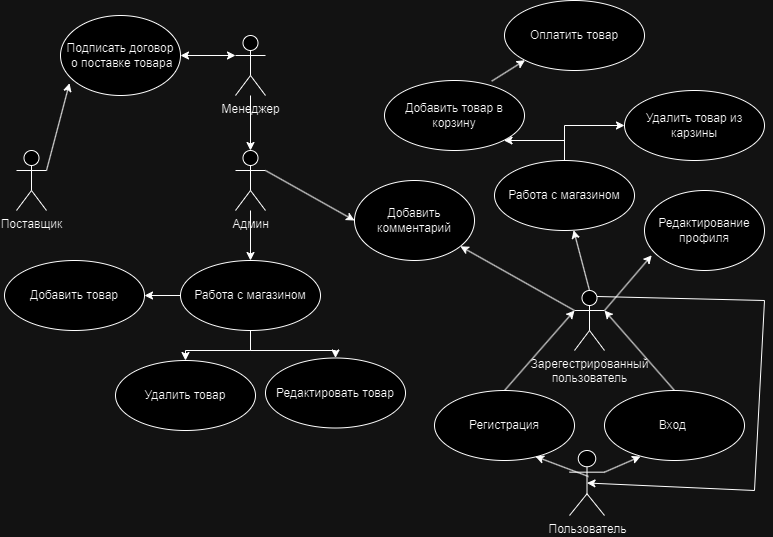
SsanchesS/MusicStoreDB keeps this draw.io diagram as diagrams/Человечки МУЗ магазина.drawio.png. Above is the earlier version. Source tidied: cells renumbered, new cells last; positions are measured from the earlier drawing's top-left corner, leaving out a move shared by most shapes.
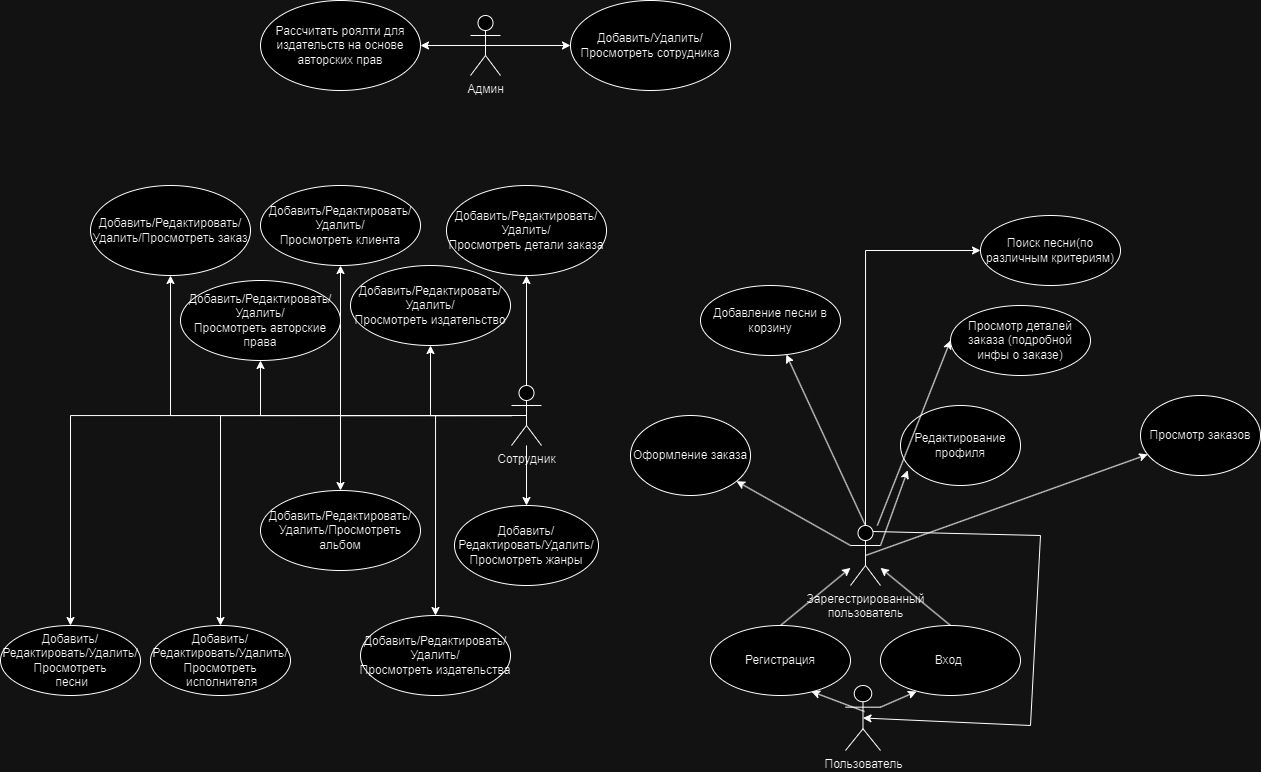
Later version of the same file.

Diff of the diagram source:
```diff
@@ -2,46 +2,35 @@
   <root>
     <mxCell id="0" />
     <mxCell id="1" parent="0" />
-    <mxCell id="2" value="Менеджер" style="shape=umlActor;verticalLabelPosition=bottom;verticalAlign=top;html=1;" parent="1" vertex="1">
-      <mxGeometry x="231" y="35" width="30" height="60" as="geometry" />
-    </mxCell>
-    <mxCell id="3" value="Добавить товар" style="ellipse;whiteSpace=wrap;html=1;" parent="1" vertex="1">
-      <mxGeometry y="260" width="140" height="70" as="geometry" />
+    <mxCell id="3" value="Добавить/Редактировать/Удалить/Просмотреть альбом" style="ellipse;whiteSpace=wrap;html=1;" parent="1" vertex="1">
+      <mxGeometry x="-40" y="675" width="160" height="80" as="geometry" />
     </mxCell>
-    <mxCell id="4" value="Удалить товар" style="ellipse;whiteSpace=wrap;html=1;" parent="1" vertex="1">
-      <mxGeometry x="111" y="360" width="140" height="70" as="geometry" />
+    <mxCell id="4" value="Добавить/Редактировать/Удалить/Просмотреть&amp;nbsp;издательства" style="ellipse;whiteSpace=wrap;html=1;" parent="1" vertex="1">
+      <mxGeometry x="60" y="800" width="150" height="80" as="geometry" />
     </mxCell>
-    <mxCell id="5" style="edgeStyle=orthogonalEdgeStyle;rounded=0;jettySize=auto;html=1;" parent="1" edge="1" source="8" target="3">
+    <mxCell id="5" style="edgeStyle=orthogonalEdgeStyle;rounded=0;jettySize=auto;html=1;" parent="1" edge="1" source="24" target="3">
       <mxGeometry relative="1" as="geometry" />
     </mxCell>
-    <mxCell id="6" style="edgeStyle=orthogonalEdgeStyle;rounded=0;jettySize=auto;html=1;entryX=0.5;entryY=0;entryDx=0;entryDy=0;" parent="1" edge="1" source="8" target="4">
+    <mxCell id="6" style="edgeStyle=orthogonalEdgeStyle;rounded=0;jettySize=auto;html=1;entryX=0.5;entryY=0;entryDx=0;entryDy=0;" parent="1" edge="1" source="24" target="4">
       <mxGeometry relative="1" as="geometry" />
     </mxCell>
-    <mxCell id="7" style="edgeStyle=orthogonalEdgeStyle;rounded=0;jettySize=auto;html=1;" parent="1" edge="1" source="8" target="9">
-      <mxGeometry relative="1" as="geometry" />
-    </mxCell>
-    <mxCell id="8" value="Работа с магазином" style="ellipse;whiteSpace=wrap;html=1;" parent="1" vertex="1">
-      <mxGeometry x="176" y="260" width="140" height="70" as="geometry" />
+    <mxCell id="8" value="Добавить/Редактировать/Удалить/Просмотреть&amp;nbsp;жанры" style="ellipse;whiteSpace=wrap;html=1;" parent="1" vertex="1">
+      <mxGeometry x="154" y="690" width="144" height="80" as="geometry" />
     </mxCell>
-    <mxCell id="9" value="Редактировать товар" style="ellipse;whiteSpace=wrap;html=1;" parent="1" vertex="1">
-      <mxGeometry x="261" y="357.5" width="140" height="70" as="geometry" />
-    </mxCell>
     <mxCell id="10" value="Пользователь" style="shape=umlActor;verticalLabelPosition=bottom;verticalAlign=top;html=1;" parent="1" vertex="1">
-      <mxGeometry x="565" y="450" width="35" height="65" as="geometry" />
+      <mxGeometry x="545" y="870" width="35" height="65" as="geometry" />
     </mxCell>
-    <mxCell id="11" style="endArrow=classic;html=1;rounded=0;exitX=0.5;exitY=0;exitDx=0;exitDy=0;" parent="1" edge="1" source="13">
-      <mxGeometry relative="1" as="geometry">
-        <mxPoint x="600" y="310" as="targetPoint" />
-      </mxGeometry>
+    <mxCell id="11" style="endArrow=classic;html=1;rounded=0;exitX=0.5;exitY=0;exitDx=0;exitDy=0;" parent="1" edge="1" source="13" target="14">
+      <mxGeometry relative="1" as="geometry" />
     </mxCell>
-    <mxCell id="12" value="Добавить комментарий" style="ellipse;whiteSpace=wrap;html=1;" parent="1" vertex="1">
-      <mxGeometry x="350" y="180" width="120" height="80" as="geometry" />
+    <mxCell id="12" value="Оформление заказа" style="ellipse;whiteSpace=wrap;html=1;" parent="1" vertex="1">
+      <mxGeometry x="330" y="600" width="120" height="80" as="geometry" />
     </mxCell>
     <mxCell id="13" value="Вход&amp;nbsp;" style="ellipse;whiteSpace=wrap;html=1;" parent="1" vertex="1">
-      <mxGeometry x="600" y="390" width="140" height="70" as="geometry" />
+      <mxGeometry x="580" y="810" width="140" height="70" as="geometry" />
     </mxCell>
     <mxCell id="14" value="Зарегестрированный &lt;br&gt;пользователь" style="shape=umlActor;verticalLabelPosition=bottom;verticalAlign=top;html=1;outlineConnect=0;" parent="1" vertex="1">
-      <mxGeometry x="570" y="290" width="30" height="60" as="geometry" />
+      <mxGeometry x="550" y="710" width="30" height="60" as="geometry" />
     </mxCell>
     <mxCell id="15" style="endArrow=classic;html=1;rounded=0;exitX=0;exitY=0.3333333333333333;exitDx=0;exitDy=0;exitPerimeter=0;" parent="1" edge="1" source="14" target="12">
       <mxGeometry relative="1" as="geometry" />
@@ -50,75 +39,114 @@
       <mxGeometry relative="1" as="geometry" />
     </mxCell>
     <mxCell id="17" value="Редактирование профиля" style="ellipse;whiteSpace=wrap;html=1;" parent="1" vertex="1">
-      <mxGeometry x="640" y="190" width="120" height="80" as="geometry" />
+      <mxGeometry x="600" y="590" width="120" height="80" as="geometry" />
     </mxCell>
-    <mxCell id="18" style="endArrow=classic;html=1;rounded=0;entryX=0;entryY=0.5;entryDx=0;entryDy=0;exitX=1;exitY=0.3333333333333333;exitDx=0;exitDy=0;exitPerimeter=0;" parent="1" edge="1" source="24" target="12">
-      <mxGeometry relative="1" as="geometry" />
-    </mxCell>
-    <mxCell id="19" value="Поставщик" style="shape=umlActor;verticalLabelPosition=bottom;verticalAlign=top;html=1;outlineConnect=0;" parent="1" vertex="1">
-      <mxGeometry x="12" y="150" width="30" height="60" as="geometry" />
-    </mxCell>
-    <mxCell id="20" value="Подписать договор&lt;br&gt;&amp;nbsp;о поставке товара" style="ellipse;whiteSpace=wrap;html=1;" parent="1" vertex="1">
-      <mxGeometry x="56" y="15" width="120" height="80" as="geometry" />
-    </mxCell>
-    <mxCell id="21" style="endArrow=classic;html=1;rounded=0;exitX=1;exitY=0.3333333333333333;exitDx=0;exitDy=0;exitPerimeter=0;entryX=0.075;entryY=0.846;entryDx=0;entryDy=0;entryPerimeter=0;" parent="1" edge="1" source="19" target="20">
-      <mxGeometry relative="1" as="geometry" />
-    </mxCell>
-    <mxCell id="22" style="endArrow=classic;startArrow=classic;html=1;rounded=0;exitX=1;exitY=0.5;exitDx=0;exitDy=0;entryX=0;entryY=0.3333333333333333;entryDx=0;entryDy=0;entryPerimeter=0;" parent="1" edge="1" source="20" target="2">
-      <mxGeometry relative="1" as="geometry" />
-    </mxCell>
     <mxCell id="23" style="edgeStyle=orthogonalEdgeStyle;rounded=0;jettySize=auto;html=1;" parent="1" edge="1" source="24" target="8">
       <mxGeometry relative="1" as="geometry" />
     </mxCell>
-    <mxCell id="24" value="Админ" style="shape=umlActor;verticalLabelPosition=bottom;verticalAlign=top;html=1;outlineConnect=0;" parent="1" vertex="1">
-      <mxGeometry x="231" y="150" width="30" height="60" as="geometry" />
+    <mxCell id="24" value="Сотрудник" style="shape=umlActor;verticalLabelPosition=bottom;verticalAlign=top;html=1;outlineConnect=0;" parent="1" vertex="1">
+      <mxGeometry x="211" y="570" width="30" height="60" as="geometry" />
     </mxCell>
-    <mxCell id="25" style="endArrow=classic;html=1;rounded=0;entryX=0.5;entryY=0;entryDx=0;entryDy=0;entryPerimeter=0;" parent="1" edge="1" source="2" target="24">
-      <mxGeometry relative="1" as="geometry" />
-    </mxCell>
-    <mxCell id="26" value="Добавить товар в корзину" style="ellipse;whiteSpace=wrap;html=1;" parent="1" vertex="1">
-      <mxGeometry x="380" y="80" width="140" height="70" as="geometry" />
-    </mxCell>
-    <mxCell id="27" value="Удалить товар из карзины" style="ellipse;whiteSpace=wrap;html=1;" parent="1" vertex="1">
-      <mxGeometry x="620" y="90" width="140" height="70" as="geometry" />
+    <mxCell id="27" value="Поиск песни(по различным критериям)" style="ellipse;whiteSpace=wrap;html=1;" parent="1" vertex="1">
+      <mxGeometry x="680" y="400" width="140" height="70" as="geometry" />
     </mxCell>
-    <mxCell id="28" style="edgeStyle=orthogonalEdgeStyle;rounded=0;jettySize=auto;html=1;entryX=1;entryY=1;entryDx=0;entryDy=0;" parent="1" edge="1" source="30" target="26">
-      <mxGeometry relative="1" as="geometry" />
-    </mxCell>
-    <mxCell id="29" style="edgeStyle=orthogonalEdgeStyle;rounded=0;jettySize=auto;html=1;entryX=0;entryY=0.5;entryDx=0;entryDy=0;" parent="1" edge="1" source="30" target="27">
+    <mxCell id="29" style="edgeStyle=orthogonalEdgeStyle;rounded=0;jettySize=auto;html=1;entryX=0;entryY=0.5;entryDx=0;entryDy=0;exitX=0.5;exitY=0;exitDx=0;exitDy=0;exitPerimeter=0;" parent="1" edge="1" source="14" target="27">
       <mxGeometry relative="1" as="geometry" />
     </mxCell>
-    <mxCell id="30" value="Работа с магазином" style="ellipse;whiteSpace=wrap;html=1;" parent="1" vertex="1">
-      <mxGeometry x="490" y="160" width="140" height="70" as="geometry" />
+    <mxCell id="30" value="Добавление&amp;nbsp;песни в корзину" style="ellipse;whiteSpace=wrap;html=1;" parent="1" vertex="1">
+      <mxGeometry x="400" y="470" width="140" height="70" as="geometry" />
     </mxCell>
     <mxCell id="31" style="endArrow=classic;html=1;rounded=0;exitX=0.5;exitY=0;exitDx=0;exitDy=0;exitPerimeter=0;" parent="1" edge="1" source="14" target="30">
       <mxGeometry relative="1" as="geometry" />
     </mxCell>
-    <mxCell id="32" value="Оплатить товар" style="ellipse;whiteSpace=wrap;html=1;" parent="1" vertex="1">
-      <mxGeometry x="500" width="140" height="70" as="geometry" />
-    </mxCell>
-    <mxCell id="33" style="endArrow=classic;html=1;rounded=0;exitX=0.766;exitY=0.009;exitDx=0;exitDy=0;entryX=0;entryY=1;entryDx=0;entryDy=0;exitPerimeter=0;" parent="1" edge="1" source="26" target="32">
-      <mxGeometry relative="1" as="geometry" />
-    </mxCell>
     <mxCell id="34" style="endArrow=classic;html=1;rounded=0;exitX=1;exitY=0.3333333333333333;exitDx=0;exitDy=0;exitPerimeter=0;entryX=0.257;entryY=0.943;entryDx=0;entryDy=0;entryPerimeter=0;" parent="1" edge="1" source="10" target="13">
       <mxGeometry relative="1" as="geometry" />
     </mxCell>
     <mxCell id="35" value="Регистрация" style="ellipse;whiteSpace=wrap;html=1;" parent="1" vertex="1">
-      <mxGeometry x="430" y="390" width="140" height="70" as="geometry" />
+      <mxGeometry x="410" y="810" width="140" height="70" as="geometry" />
     </mxCell>
     <mxCell id="36" style="endArrow=classic;html=1;rounded=0;exitX=0.543;exitY=0.4;exitDx=0;exitDy=0;exitPerimeter=0;entryX=0.721;entryY=0.943;entryDx=0;entryDy=0;entryPerimeter=0;" parent="1" edge="1" source="10" target="35">
       <mxGeometry relative="1" as="geometry" />
     </mxCell>
-    <mxCell id="37" style="endArrow=classic;html=1;rounded=0;exitX=0.5;exitY=0;exitDx=0;exitDy=0;entryX=0;entryY=0.3333333333333333;entryDx=0;entryDy=0;entryPerimeter=0;" parent="1" edge="1" source="35" target="14">
+    <mxCell id="37" style="endArrow=classic;html=1;rounded=0;exitX=0.5;exitY=0;exitDx=0;exitDy=0;" parent="1" edge="1" source="35" target="14">
       <mxGeometry relative="1" as="geometry" />
     </mxCell>
     <mxCell id="38" style="endArrow=classic;html=1;rounded=0;exitX=0.75;exitY=0.1;exitDx=0;exitDy=0;exitPerimeter=0;entryX=0.5;entryY=0.5;entryDx=0;entryDy=0;entryPerimeter=0;" parent="1" edge="1" source="14" target="10">
       <mxGeometry relative="1" as="geometry">
         <Array as="points">
-          <mxPoint x="760" y="300" />
-          <mxPoint x="750" y="490" />
+          <mxPoint x="740" y="720" />
+          <mxPoint x="730" y="910" />
         </Array>
       </mxGeometry>
     </mxCell>
+    <mxCell id="39" value="Просмотр заказов" style="ellipse;whiteSpace=wrap;html=1;" parent="1" vertex="1">
+      <mxGeometry x="840" y="580" width="120" height="80" as="geometry" />
+    </mxCell>
+    <mxCell id="40" style="endArrow=classic;html=1;rounded=0;exitX=0.5;exitY=0.5;exitDx=0;exitDy=0;exitPerimeter=0;" parent="1" edge="1" source="14" target="39">
+      <mxGeometry relative="1" as="geometry" />
+    </mxCell>
+    <mxCell id="41" style="endArrow=classic;html=1;rounded=0;entryX=0;entryY=0.5;entryDx=0;entryDy=0;" parent="1" edge="1" source="14" target="42">
+      <mxGeometry relative="1" as="geometry" />
+    </mxCell>
+    <mxCell id="42" value="Просмотр деталей заказа (подробной инфы о заказе)" style="ellipse;whiteSpace=wrap;html=1;" parent="1" vertex="1">
+      <mxGeometry x="650" y="490" width="140" height="70" as="geometry" />
+    </mxCell>
+    <mxCell id="43" value="Добавить/Редактировать/Удалить/Просмотреть &lt;br&gt;&amp;nbsp;исполнителя" style="ellipse;whiteSpace=wrap;html=1;" parent="1" vertex="1">
+      <mxGeometry x="-150" y="810" width="140" height="70" as="geometry" />
+    </mxCell>
+    <mxCell id="44" style="edgeStyle=orthogonalEdgeStyle;rounded=0;jettySize=auto;html=1;" parent="1" edge="1" source="24" target="43">
+      <mxGeometry relative="1" as="geometry" />
+    </mxCell>
+    <mxCell id="45" value="Добавить/Редактировать/Удалить/Просмотреть &lt;br&gt;&amp;nbsp;песни" style="ellipse;whiteSpace=wrap;html=1;" parent="1" vertex="1">
+      <mxGeometry x="-300" y="810" width="140" height="70" as="geometry" />
+    </mxCell>
+    <mxCell id="46" style="edgeStyle=orthogonalEdgeStyle;rounded=0;jettySize=auto;html=1;" parent="1" edge="1" source="24" target="45">
+      <mxGeometry relative="1" as="geometry" />
+    </mxCell>
+    <mxCell id="47" value="Добавить/Редактировать/Удалить/Просмотреть&amp;nbsp;клиента" style="ellipse;whiteSpace=wrap;html=1;" parent="1" vertex="1">
+      <mxGeometry x="-40" y="370" width="160" height="80" as="geometry" />
+    </mxCell>
+    <mxCell id="48" style="edgeStyle=orthogonalEdgeStyle;rounded=0;jettySize=auto;html=1;exitX=0.5;exitY=0.5;exitDx=0;exitDy=0;exitPerimeter=0;" parent="1" edge="1" source="24" target="47">
+      <mxGeometry relative="1" as="geometry" />
+    </mxCell>
+    <mxCell id="49" value="Добавить/Редактировать/Удалить/Просмотреть&amp;nbsp;заказ" style="ellipse;whiteSpace=wrap;html=1;" parent="1" vertex="1">
+      <mxGeometry x="-210" y="370" width="160" height="90" as="geometry" />
+    </mxCell>
+    <mxCell id="50" style="edgeStyle=orthogonalEdgeStyle;rounded=0;jettySize=auto;html=1;" parent="1" edge="1" source="24" target="49">
+      <mxGeometry relative="1" as="geometry" />
+    </mxCell>
+    <mxCell id="51" value="Добавить/Редактировать/Удалить/Просмотреть&amp;nbsp;детали заказа" style="ellipse;whiteSpace=wrap;html=1;" parent="1" vertex="1">
+      <mxGeometry x="146" y="370" width="160" height="90" as="geometry" />
+    </mxCell>
+    <mxCell id="52" style="edgeStyle=orthogonalEdgeStyle;rounded=0;jettySize=auto;html=1;" parent="1" edge="1" source="24" target="51">
+      <mxGeometry relative="1" as="geometry" />
+    </mxCell>
+    <mxCell id="53" value="Админ" style="shape=umlActor;verticalLabelPosition=bottom;verticalAlign=top;html=1;outlineConnect=0;" parent="1" vertex="1">
+      <mxGeometry x="170" y="200" width="30" height="60" as="geometry" />
+    </mxCell>
+    <mxCell id="54" style="edgeStyle=orthogonalEdgeStyle;rounded=0;jettySize=auto;html=1;exitX=0.5;exitY=0.5;exitDx=0;exitDy=0;exitPerimeter=0;" parent="1" edge="1" source="53" target="55">
+      <mxGeometry relative="1" as="geometry" />
+    </mxCell>
+    <mxCell id="55" value="Добавить/Удалить/Просмотреть&amp;nbsp;сотрудника" style="ellipse;whiteSpace=wrap;html=1;" parent="1" vertex="1">
+      <mxGeometry x="270" y="185" width="160" height="90" as="geometry" />
+    </mxCell>
+    <mxCell id="56" value="Добавить/Редактировать/Удалить/Просмотреть&amp;nbsp;издательство" style="ellipse;whiteSpace=wrap;html=1;" parent="1" vertex="1">
+      <mxGeometry x="50" y="450" width="160" height="80" as="geometry" />
+    </mxCell>
+    <mxCell id="57" style="edgeStyle=orthogonalEdgeStyle;rounded=0;jettySize=auto;html=1;exitX=0.5;exitY=0.5;exitDx=0;exitDy=0;exitPerimeter=0;" parent="1" edge="1" source="24" target="56">
+      <mxGeometry relative="1" as="geometry" />
+    </mxCell>
+    <mxCell id="58" value="Добавить/Редактировать/Удалить/Просмотреть&amp;nbsp;авторские права" style="ellipse;whiteSpace=wrap;html=1;" parent="1" vertex="1">
+      <mxGeometry x="-120" y="465" width="160" height="80" as="geometry" />
+    </mxCell>
+    <mxCell id="59" style="edgeStyle=orthogonalEdgeStyle;rounded=0;jettySize=auto;html=1;exitX=0.5;exitY=0.5;exitDx=0;exitDy=0;exitPerimeter=0;" parent="1" edge="1" source="24" target="58">
+      <mxGeometry relative="1" as="geometry" />
+    </mxCell>
+    <mxCell id="60" value="Рассчитать роялти для издательств на основе авторских прав" style="ellipse;whiteSpace=wrap;html=1;" parent="1" vertex="1">
+      <mxGeometry x="-40" y="185" width="160" height="90" as="geometry" />
+    </mxCell>
+    <mxCell id="61" style="edgeStyle=orthogonalEdgeStyle;rounded=0;jettySize=auto;html=1;exitX=0.5;exitY=0.5;exitDx=0;exitDy=0;exitPerimeter=0;" parent="1" edge="1" source="53" target="60">
+      <mxGeometry relative="1" as="geometry" />
+    </mxCell>
   </root>
 </mxGraphModel>
```
